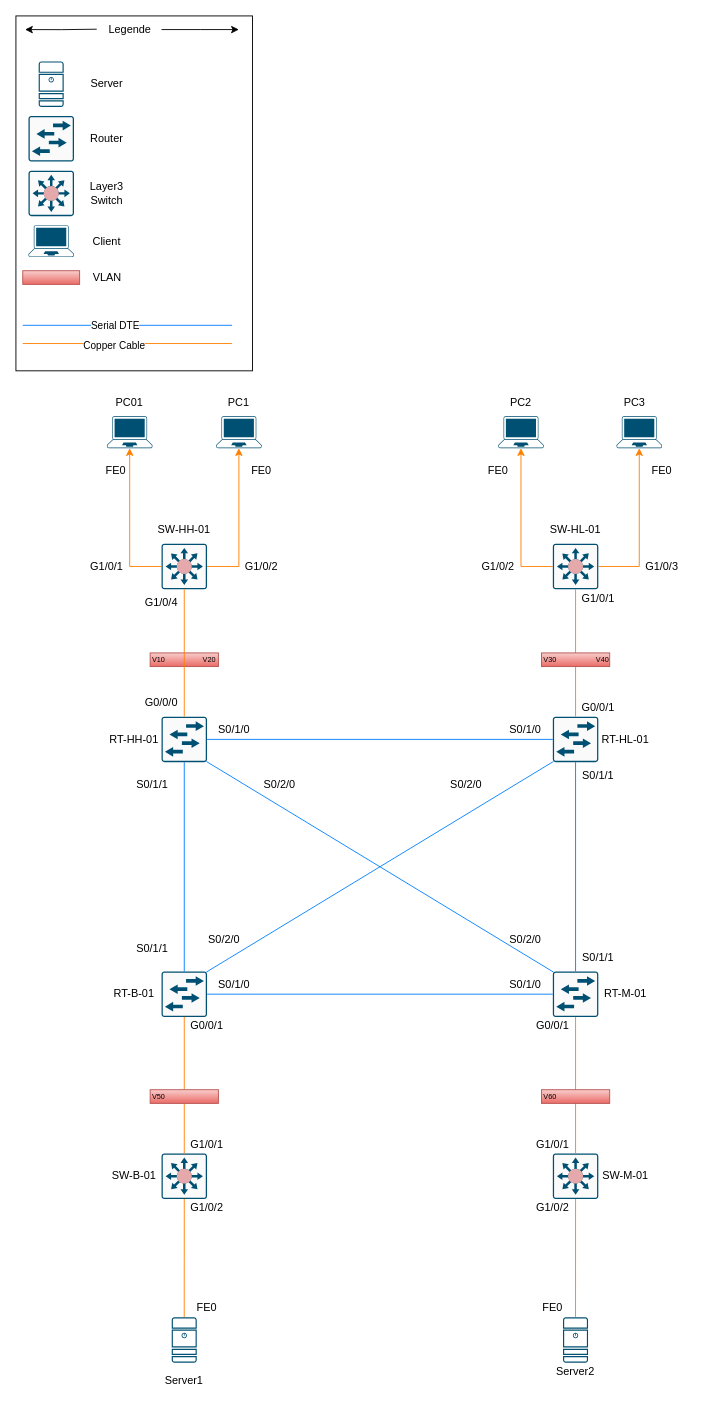
This is Network plan.drawio from ScriptingDon/Providing-Networks-and-Services, a draw.io file, before an edit. Source tidied: cells renumbered, new cells numbered last; positions are measured from the earlier drawing's top-left corner, leaving out a move shared by most shapes. Both pictures are drawn from the tidied source at 91%, with x=0, y=0 at pixel (15, 15).
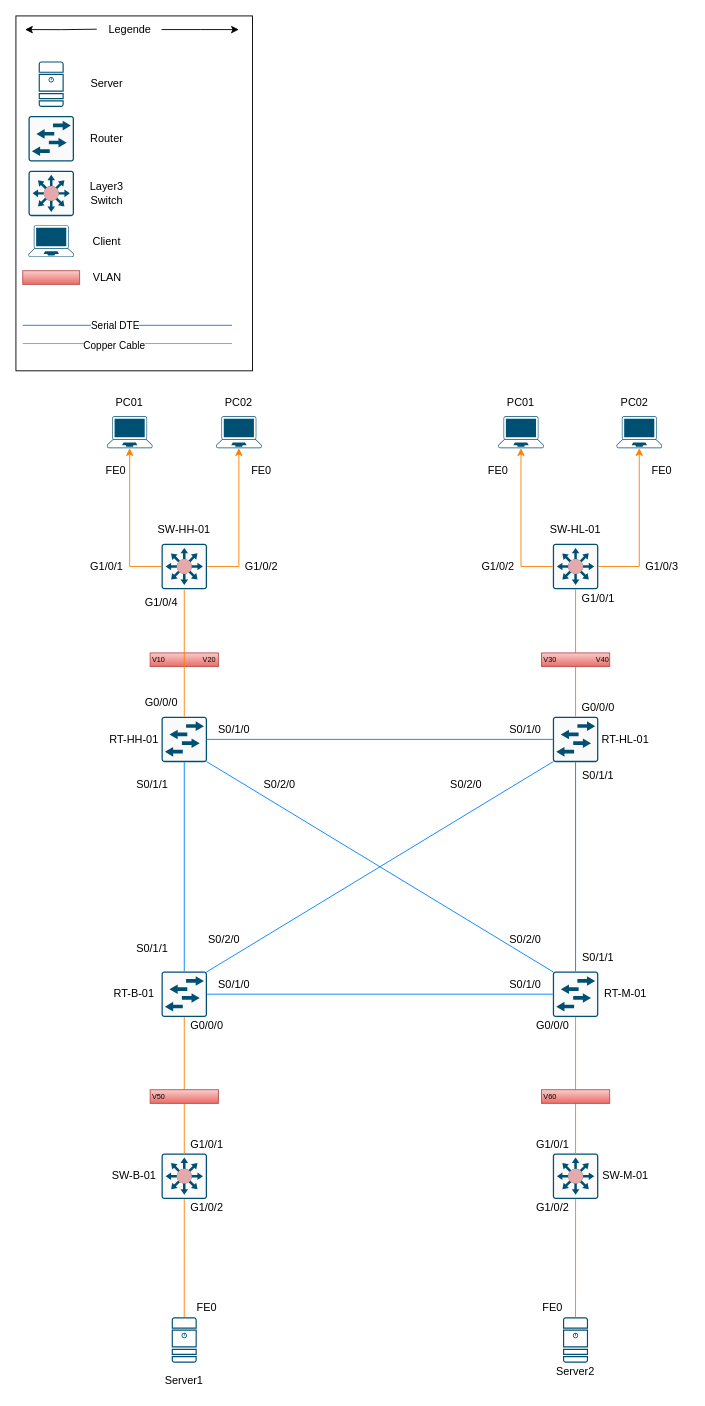
The same page after the edit.

Commit message:
Edit Network plan

What changed in the source:
```diff
@@
-    <mxCell id="39" value="PC1" style="text;html=1;strokeColor=none;fillColor=none;align=center;verticalAlign=middle;whiteSpace=wrap;rounded=0;" parent="1" vertex="1">
+    <mxCell id="39" value="PC02" style="text;html=1;strokeColor=none;fillColor=none;align=center;verticalAlign=middle;whiteSpace=wrap;rounded=0;" parent="1" vertex="1">
       <mxGeometry x="215" y="410" width="60" height="30" as="geometry" />
     </mxCell>
-    <mxCell id="40" value="PC2" style="text;html=1;strokeColor=none;fillColor=none;align=center;verticalAlign=middle;whiteSpace=wrap;rounded=0;" parent="1" vertex="1">
+    <mxCell id="40" value="PC01" style="text;html=1;strokeColor=none;fillColor=none;align=center;verticalAlign=middle;whiteSpace=wrap;rounded=0;" parent="1" vertex="1">
       <mxGeometry x="525" y="410" width="60" height="30" as="geometry" />
     </mxCell>
-    <mxCell id="41" value="PC3" style="text;html=1;strokeColor=none;fillColor=none;align=center;verticalAlign=middle;whiteSpace=wrap;rounded=0;" parent="1" vertex="1">
+    <mxCell id="41" value="PC02" style="text;html=1;strokeColor=none;fillColor=none;align=center;verticalAlign=middle;whiteSpace=wrap;rounded=0;" parent="1" vertex="1">
       <mxGeometry x="650" y="410" width="60" height="30" as="geometry" />
     </mxCell>
@@
-    <mxCell id="68" value="G0/0/1" style="text;html=1;strokeColor=none;fillColor=none;align=center;verticalAlign=middle;whiteSpace=wrap;rounded=0;" parent="1" vertex="1">
+    <mxCell id="68" value="G0/0/0" style="text;html=1;strokeColor=none;fillColor=none;align=center;verticalAlign=middle;whiteSpace=wrap;rounded=0;" parent="1" vertex="1">
       <mxGeometry x="610" y="750" width="60" height="20" as="geometry" />
     </mxCell>
@@
-    <mxCell id="74" value="G0/0/1" style="text;html=1;strokeColor=none;fillColor=none;align=center;verticalAlign=middle;whiteSpace=wrap;rounded=0;" parent="1" vertex="1">
+    <mxCell id="74" value="G0/0/0" style="text;html=1;strokeColor=none;fillColor=none;align=center;verticalAlign=middle;whiteSpace=wrap;rounded=0;" parent="1" vertex="1">
       <mxGeometry x="560" y="1100" width="60" height="20" as="geometry" />
     </mxCell>
@@
-    <mxCell id="79" value="G0/0/1" style="text;html=1;strokeColor=none;fillColor=none;align=center;verticalAlign=middle;whiteSpace=wrap;rounded=0;" parent="1" vertex="1">
+    <mxCell id="79" value="G0/0/0" style="text;html=1;strokeColor=none;fillColor=none;align=center;verticalAlign=middle;whiteSpace=wrap;rounded=0;" parent="1" vertex="1">
       <mxGeometry x="180" y="1100" width="60" height="20" as="geometry" />
     </mxCell>
```
